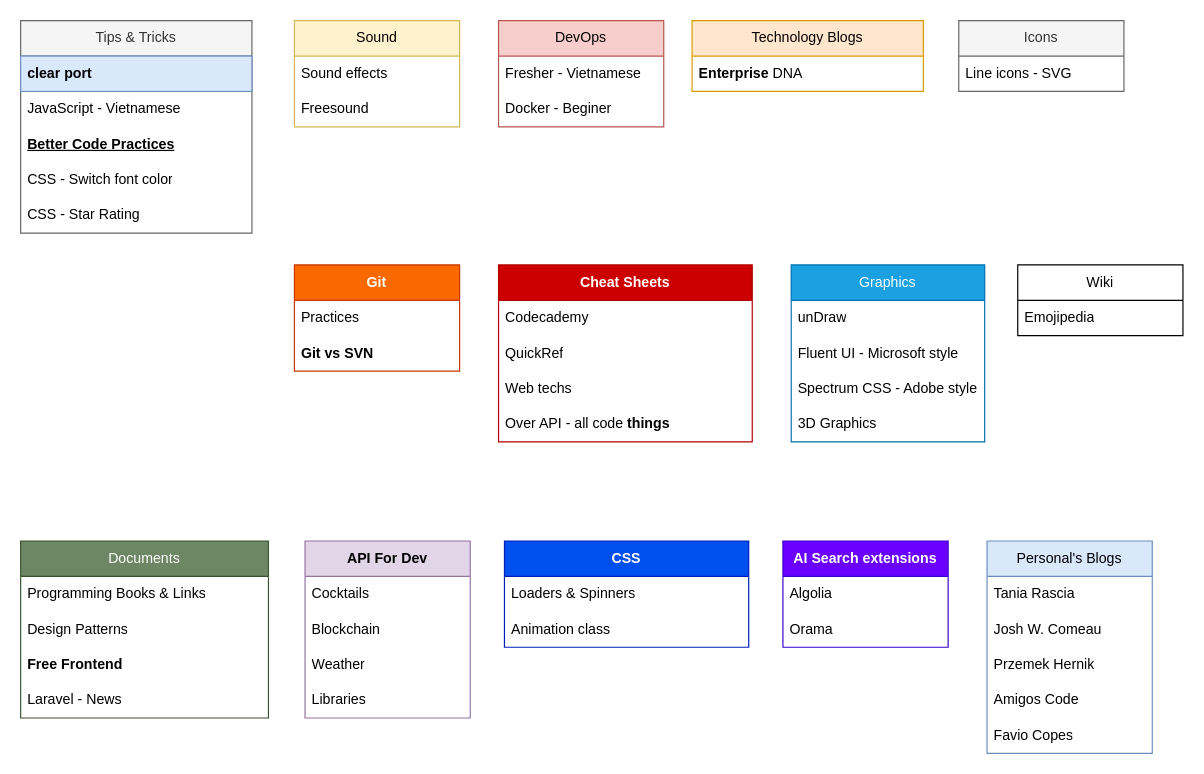
The draw.io diagram page "Resources" (4 of 5) of Link_Bookmarks.drawio in sunflynf/diagram-only, before the edit. Source tidied: cells renumbered, new cells numbered last; positions are measured from the earlier drawing's top-left corner, leaving out a move shared by most shapes. Both pictures are drawn from the tidied source at 118%, with x=0, y=0 at pixel (20, 20).
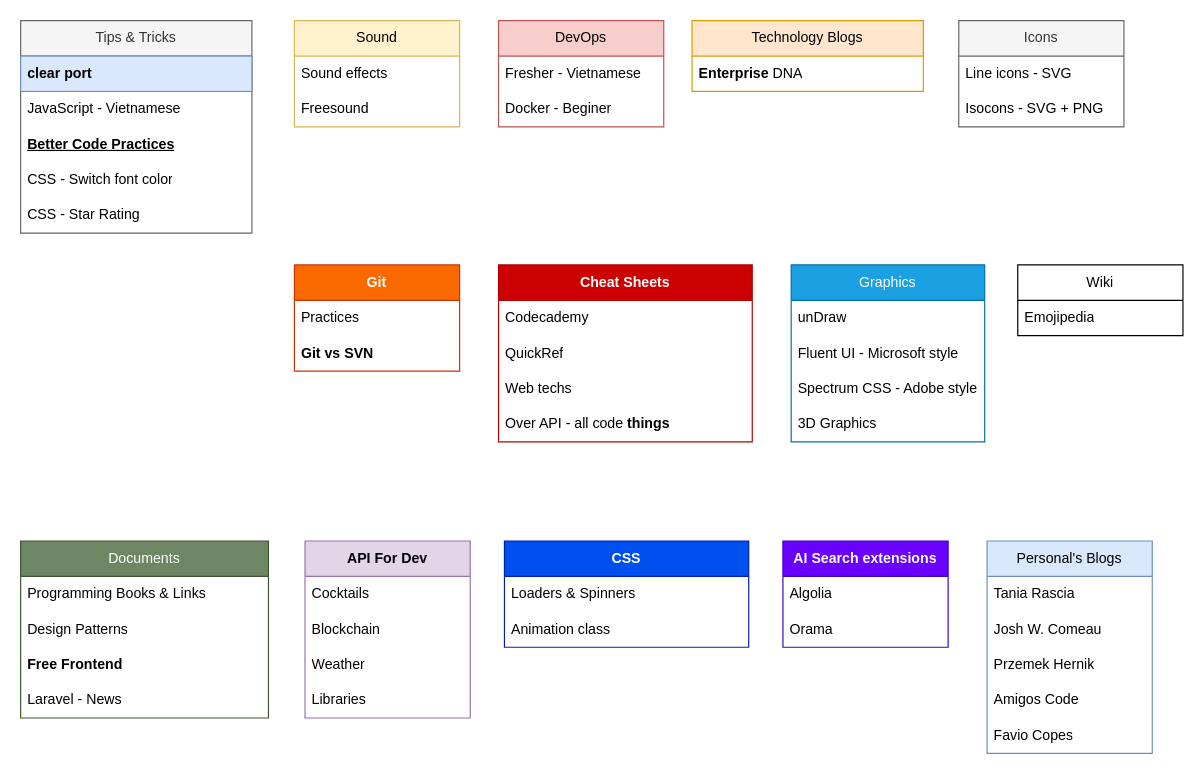
Above is the later version.

Change to the diagram source:
```diff
@@
     <mxCell id="53" value="Icons" style="swimlane;fontStyle=0;horizontal=1;startSize=30;whiteSpace=wrap;html=1;fillColor=#f5f5f5;fontColor=#333333;strokeColor=#666666;" parent="1" vertex="1">
-      <mxGeometry x="795" width="140" height="60" as="geometry" />
+      <mxGeometry x="795" width="140" height="90" as="geometry" />
     </mxCell>
@@
+    <mxCell id="55" value="Isocons - SVG + PNG" style="text;strokeColor=none;fillColor=none;align=left;verticalAlign=middle;spacingLeft=4;spacingRight=4;overflow=hidden;whiteSpace=wrap;html=1;" parent="53" vertex="1">
+      <mxGeometry y="60" width="140" height="30" as="geometry" />
+    </mxCell>
```
